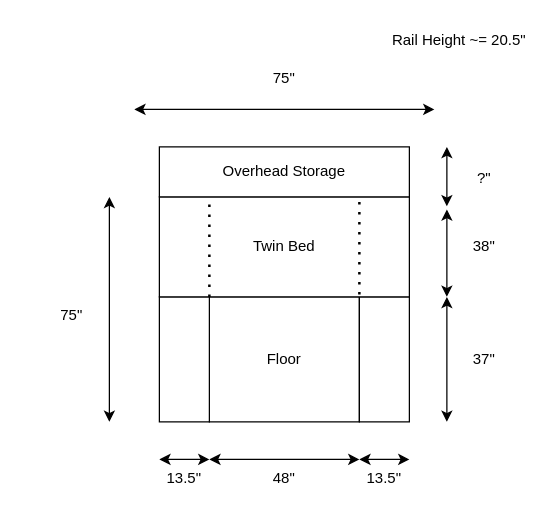
This is docs/9_Random_Write_Ups/Truck/floor.drawio from tanner-johnson2718/configs, a draw.io file, before an edit. Source tidied: cells renumbered, new cells numbered last; positions are measured from the earlier drawing's top-left corner, leaving out a move shared by most shapes. Both pictures are drawn from the tidied source at 125%, with x=0, y=0 at pixel (34, 21).
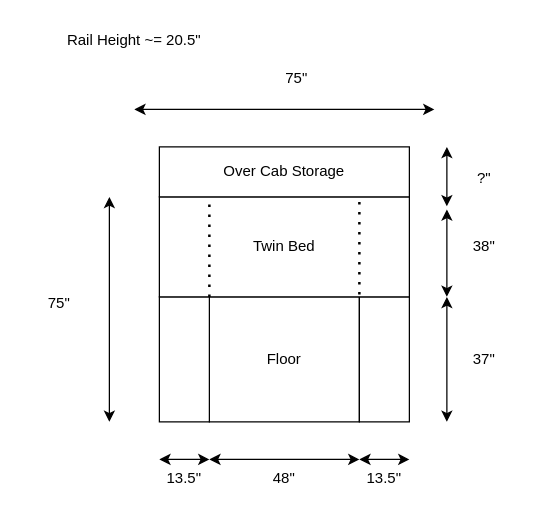
The same page after the edit.

The edit, as a diff of the source:
```diff
@@
-    <mxCell id="4" style="rounded=0;whiteSpace=wrap;html=1;" parent="1" vertex="1">
+    <mxCell id="4" value="&amp;nbsp;" style="rounded=0;whiteSpace=wrap;html=1;" parent="1" vertex="1">
       <mxGeometry x="100" y="220" width="40" height="100" as="geometry" />
     </mxCell>
@@
     <mxCell id="7" value="75&quot;" style="text;html=1;align=center;verticalAlign=middle;whiteSpace=wrap;rounded=0;" parent="1" vertex="1">
-      <mxGeometry x="170" y="30" width="60" height="30" as="geometry" />
+      <mxGeometry x="180" y="30" width="60" height="30" as="geometry" />
     </mxCell>
@@
     <mxCell id="15" value="75&quot;" style="text;html=1;align=center;verticalAlign=middle;whiteSpace=wrap;rounded=0;" parent="1" vertex="1">
-      <mxGeometry y="220" width="60" height="30" as="geometry" />
+      <mxGeometry x="-10" y="210" width="60" height="30" as="geometry" />
     </mxCell>
-    <mxCell id="16" value="Overhead Storage" style="rounded=0;whiteSpace=wrap;html=1;" parent="1" vertex="1">
+    <mxCell id="16" value="Over Cab Storage" style="rounded=0;whiteSpace=wrap;html=1;" parent="1" vertex="1">
       <mxGeometry x="100" y="100" width="200" height="40" as="geometry" />
     </mxCell>
@@
     <mxCell id="25" value="Rail Height ~= 20.5&quot;" style="text;html=1;align=center;verticalAlign=middle;whiteSpace=wrap;rounded=0;" parent="1" vertex="1">
-      <mxGeometry x="280" width="120" height="30" as="geometry" />
+      <mxGeometry x="20" width="120" height="30" as="geometry" />
     </mxCell>
```
